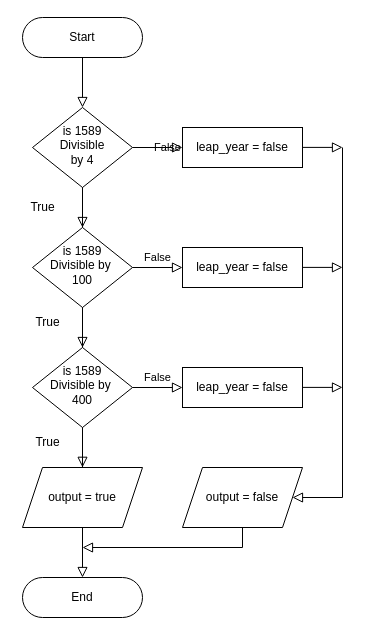
Before: Untitled Diagram.drawio in rkarumba/rkarumba, a draw.io diagram. Source tidied: cells renumbered, new cells numbered last; positions are measured from the earlier drawing's top-left corner, leaving out a move shared by most shapes. Both pictures are drawn from the tidied source at 100%, with x=0, y=0 at pixel (17, 17).
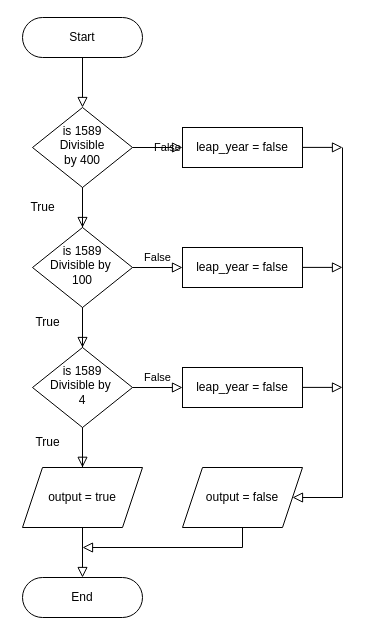
Above is the later version.

Change to the diagram source:
```diff
@@
-    <mxCell id="5" value="is 1589&lt;br&gt;Divisible&lt;br&gt;by 4" style="rhombus;whiteSpace=wrap;html=1;shadow=0;fontFamily=Helvetica;fontSize=12;align=center;strokeWidth=1;spacing=6;spacingTop=-4;" parent="1" vertex="1">
+    <mxCell id="5" value="is 1589&lt;br&gt;Divisible&lt;br&gt;by 400" style="rhombus;whiteSpace=wrap;html=1;shadow=0;fontFamily=Helvetica;fontSize=12;align=center;strokeWidth=1;spacing=6;spacingTop=-4;" parent="1" vertex="1">
       <mxGeometry x="15" y="90" width="100" height="80" as="geometry" />
     </mxCell>
@@
-    <mxCell id="10" value="is 1589&lt;br&gt;Divisible by&amp;nbsp;&lt;br&gt;400" style="rhombus;whiteSpace=wrap;html=1;shadow=0;fontFamily=Helvetica;fontSize=12;align=center;strokeWidth=1;spacing=6;spacingTop=-4;" parent="1" vertex="1">
+    <mxCell id="10" value="is 1589&lt;br&gt;Divisible by&amp;nbsp;&lt;br&gt;4" style="rhombus;whiteSpace=wrap;html=1;shadow=0;fontFamily=Helvetica;fontSize=12;align=center;strokeWidth=1;spacing=6;spacingTop=-4;" parent="1" vertex="1">
       <mxGeometry x="15" y="330" width="100" height="80" as="geometry" />
     </mxCell>
```
